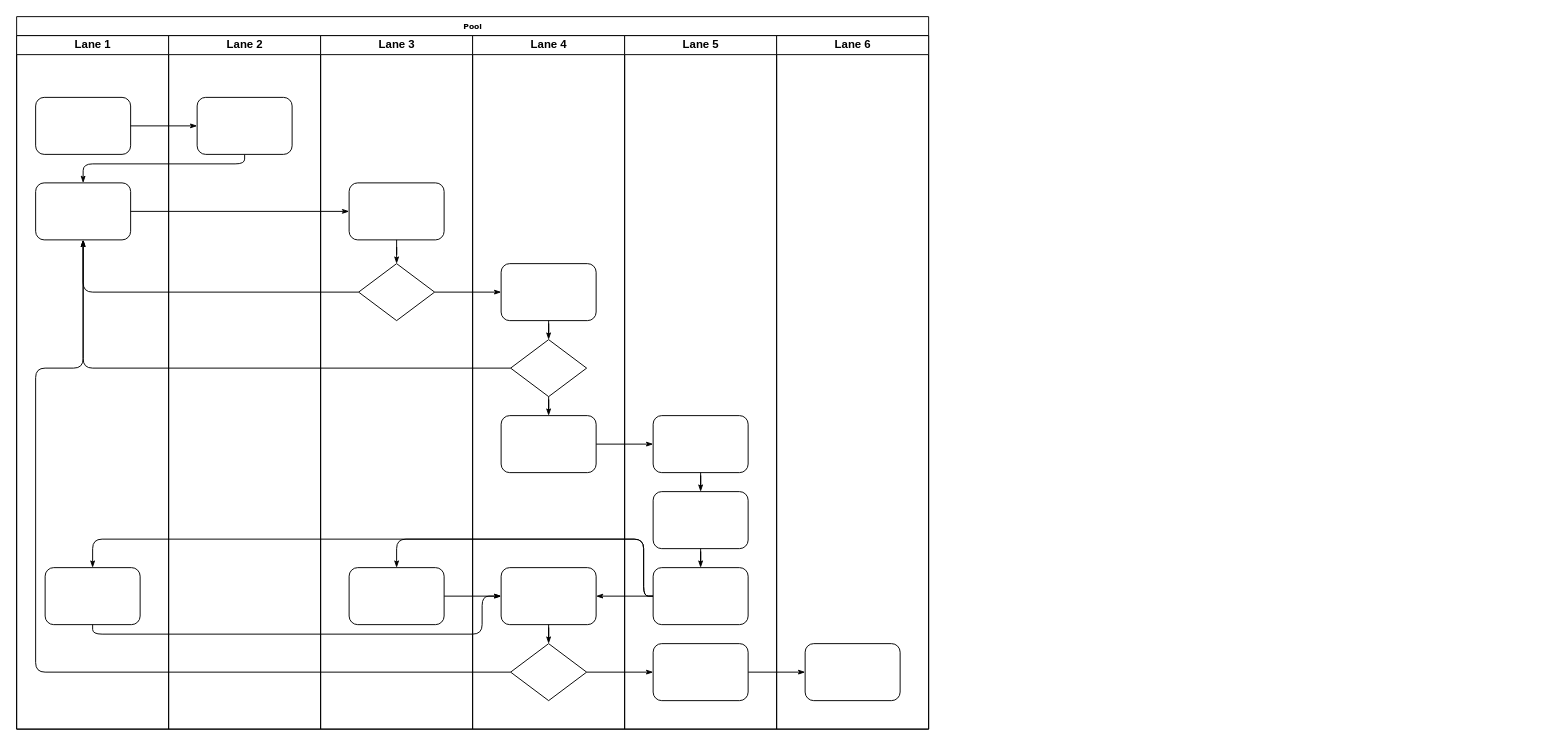
Earlier version of the draw.io diagram dir/未命名绘图.drawio (namehehe/drawio). Source tidied: cells renumbered, new cells numbered last; positions are measured from the earlier drawing's top-left corner, leaving out a move shared by most shapes. Both pictures are drawn from the tidied source at 95%, with x=0, y=0 at pixel (16, 16).
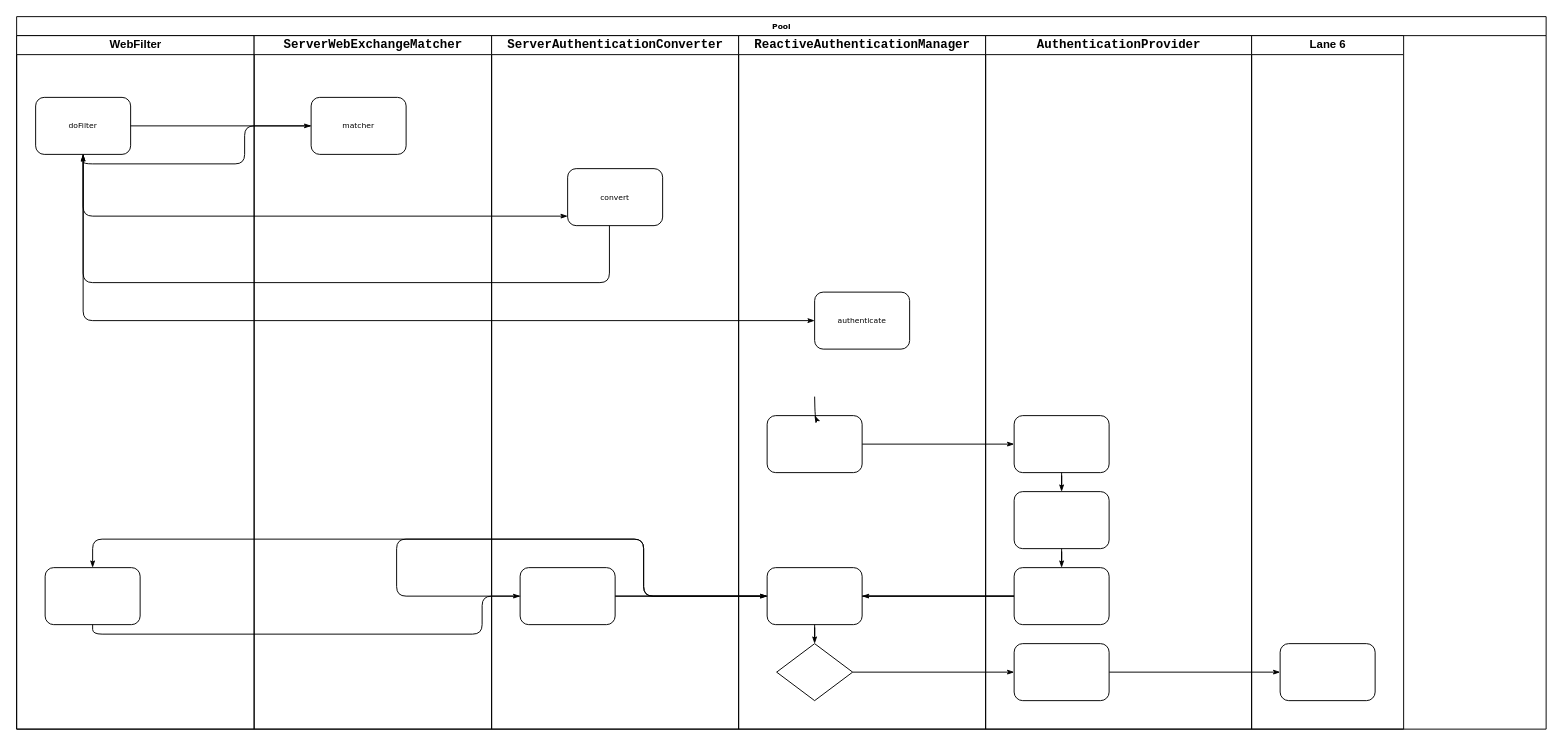
Above is the later version.

Commit message:
更新未命名绘图.drawio

Unchanged cells that the change refers to:
```xml
<mxCell id="32" style="rounded=1;whiteSpace=wrap;html=1;shadow=0;labelBackgroundColor=none;strokeWidth=1;fontFamily=Verdana;fontSize=8;align=center;" parent="29" vertex="1">
  <mxGeometry x="30" y="400" width="100" height="60" as="geometry" />
</mxCell>
<mxCell id="34" style="rhombus;whiteSpace=wrap;html=1;rounded=0;shadow=0;labelBackgroundColor=none;strokeWidth=1;fontFamily=Verdana;fontSize=8;align=center;" parent="29" vertex="1">
  <mxGeometry x="40" y="640" width="80" height="60" as="geometry" />
</mxCell>
```

The edit, as a diff of the source:
```diff
@@
     <mxCell id="2" value="Pool" style="swimlane;html=1;startSize=20;rounded=0;shadow=0;labelBackgroundColor=none;strokeWidth=1;fontFamily=Verdana;fontSize=8;align=center;" parent="1" vertex="1">
-      <mxGeometry width="960" height="750" as="geometry" />
+      <mxGeometry width="1610" height="750" as="geometry" />
     </mxCell>
-    <mxCell id="3" value="Lane 1" style="swimlane;html=1;startSize=20;" parent="2" vertex="1">
-      <mxGeometry y="20" width="160" height="730" as="geometry" />
+    <mxCell id="3" value="WebFilter" style="swimlane;html=1;startSize=20;" parent="2" vertex="1">
+      <mxGeometry y="20" width="250" height="730" as="geometry" />
     </mxCell>
-    <mxCell id="4" style="rounded=1;whiteSpace=wrap;html=1;shadow=0;labelBackgroundColor=none;strokeWidth=1;fontFamily=Verdana;fontSize=8;align=center;" parent="3" vertex="1">
+    <mxCell id="4" value="doFilter" style="rounded=1;whiteSpace=wrap;html=1;shadow=0;labelBackgroundColor=none;strokeWidth=1;fontFamily=Verdana;fontSize=8;align=center;" parent="3" vertex="1">
       <mxGeometry x="20" y="65" width="100" height="60" as="geometry" />
     </mxCell>
-    <mxCell id="5" style="rounded=1;whiteSpace=wrap;html=1;shadow=0;labelBackgroundColor=none;strokeWidth=1;fontFamily=Verdana;fontSize=8;align=center;" parent="3" vertex="1">
-      <mxGeometry x="20" y="155" width="100" height="60" as="geometry" />
-    </mxCell>
@@
-    <mxCell id="8" style="edgeStyle=orthogonalEdgeStyle;rounded=1;html=1;labelBackgroundColor=none;startArrow=none;startFill=0;startSize=5;endArrow=classicThin;endFill=1;endSize=5;jettySize=auto;strokeWidth=1;fontFamily=Verdana;fontSize=8;" parent="2" edge="1" source="23" target="5">
+    <mxCell id="8" style="edgeStyle=orthogonalEdgeStyle;rounded=1;html=1;labelBackgroundColor=none;startArrow=none;startFill=0;startSize=5;endArrow=classicThin;endFill=1;endSize=5;jettySize=auto;strokeWidth=1;fontFamily=Verdana;fontSize=8;" parent="2" edge="1" source="23" target="4">
       <mxGeometry relative="1" as="geometry">
         <Array as="points">
+          <mxPoint x="240" y="115" />
           <mxPoint x="240" y="155" />
           <mxPoint x="70" y="155" />
         </Array>
       </mxGeometry>
     </mxCell>
-    <mxCell id="9" style="edgeStyle=orthogonalEdgeStyle;rounded=1;html=1;labelBackgroundColor=none;startArrow=none;startFill=0;startSize=5;endArrow=classicThin;endFill=1;endSize=5;jettySize=auto;strokeWidth=1;fontFamily=Verdana;fontSize=8;" parent="2" edge="1" source="5" target="25">
-      <mxGeometry relative="1" as="geometry" />
+    <mxCell id="9" style="edgeStyle=orthogonalEdgeStyle;rounded=1;html=1;labelBackgroundColor=none;startArrow=none;startFill=0;startSize=5;endArrow=classicThin;endFill=1;endSize=5;jettySize=auto;strokeWidth=1;fontFamily=Verdana;fontSize=8;" parent="2" edge="1" source="4" target="25">
+      <mxGeometry relative="1" as="geometry">
+        <Array as="points">
+          <mxPoint x="70" y="210" />
+        </Array>
+      </mxGeometry>
     </mxCell>
-    <mxCell id="10" style="edgeStyle=orthogonalEdgeStyle;rounded=1;html=1;labelBackgroundColor=none;startArrow=none;startFill=0;startSize=5;endArrow=classicThin;endFill=1;endSize=5;jettySize=auto;strokeWidth=1;fontFamily=Verdana;fontSize=8;" parent="2" edge="1" source="26" target="5">
-      <mxGeometry relative="1" as="geometry" />
+    <mxCell id="10" style="edgeStyle=orthogonalEdgeStyle;rounded=1;html=1;labelBackgroundColor=none;startArrow=none;startFill=0;startSize=5;endArrow=classicThin;endFill=1;endSize=5;jettySize=auto;strokeWidth=1;fontFamily=Verdana;fontSize=8;exitX=0.44;exitY=0.993;exitDx=0;exitDy=0;exitPerimeter=0;" parent="2" edge="1" source="25" target="4">
+      <mxGeometry relative="1" as="geometry">
+        <Array as="points">
+          <mxPoint x="624" y="280" />
+          <mxPoint x="70" y="280" />
+        </Array>
+      </mxGeometry>
     </mxCell>
-    <mxCell id="11" style="edgeStyle=orthogonalEdgeStyle;rounded=1;html=1;labelBackgroundColor=none;startArrow=none;startFill=0;startSize=5;endArrow=classicThin;endFill=1;endSize=5;jettySize=auto;strokeWidth=1;fontFamily=Verdana;fontSize=8;" parent="2" edge="1" source="31" target="5">
-      <mxGeometry relative="1" as="geometry" />
-    </mxCell>
-    <mxCell id="12" style="edgeStyle=orthogonalEdgeStyle;rounded=1;html=1;labelBackgroundColor=none;startArrow=none;startFill=0;startSize=5;endArrow=classicThin;endFill=1;endSize=5;jettySize=auto;strokeWidth=1;fontFamily=Verdana;fontSize=8;" parent="2" edge="1" source="34" target="5">
-      <mxGeometry relative="1" as="geometry">
-        <Array as="points">
-          <mxPoint x="20" y="690" />
-          <mxPoint x="20" y="370" />
-          <mxPoint x="70" y="370" />
-        </Array>
-      </mxGeometry>
-    </mxCell>
-    <mxCell id="13" style="edgeStyle=orthogonalEdgeStyle;rounded=1;html=1;labelBackgroundColor=none;startArrow=none;startFill=0;startSize=5;endArrow=classicThin;endFill=1;endSize=5;jettySize=auto;strokeWidth=1;fontFamily=Verdana;fontSize=8;" parent="2" edge="1" source="26" target="30">
-      <mxGeometry relative="1" as="geometry" />
+    <mxCell id="13" style="edgeStyle=orthogonalEdgeStyle;rounded=1;html=1;labelBackgroundColor=none;startArrow=none;startFill=0;startSize=5;endArrow=classicThin;endFill=1;endSize=5;jettySize=auto;strokeWidth=1;fontFamily=Verdana;fontSize=8;" parent="2" edge="1" source="4" target="30">
+      <mxGeometry relative="1" as="geometry">
+        <Array as="points">
+          <mxPoint x="70" y="320" />
+        </Array>
+      </mxGeometry>
     </mxCell>
@@
-    <mxCell id="22" value="Lane 2" style="swimlane;html=1;startSize=20;" parent="2" vertex="1">
-      <mxGeometry x="160" y="20" width="160" height="730" as="geometry" />
+    <mxCell id="22" value="&lt;div&gt;&lt;pre style=&quot;font-family: &amp;quot;JetBrains Mono&amp;quot;, monospace; font-size: 9.8pt;&quot;&gt;&lt;font style=&quot;color: rgb(0, 0, 0); background-color: rgb(255, 255, 255);&quot;&gt;ServerWebExchangeMatcher&lt;/font&gt;&lt;/pre&gt;&lt;/div&gt;" style="swimlane;html=1;startSize=20;" parent="2" vertex="1">
+      <mxGeometry x="250" y="20" width="250" height="730" as="geometry" />
     </mxCell>
-    <mxCell id="23" style="rounded=1;whiteSpace=wrap;html=1;shadow=0;labelBackgroundColor=none;strokeWidth=1;fontFamily=Verdana;fontSize=8;align=center;" parent="22" vertex="1">
-      <mxGeometry x="30" y="65" width="100" height="60" as="geometry" />
+    <mxCell id="23" value="matcher" style="rounded=1;whiteSpace=wrap;html=1;shadow=0;labelBackgroundColor=none;strokeWidth=1;fontFamily=Verdana;fontSize=8;align=center;" parent="22" vertex="1">
+      <mxGeometry x="60" y="65" width="100" height="60" as="geometry" />
     </mxCell>
-    <mxCell id="24" value="Lane 3" style="swimlane;html=1;startSize=20;" parent="2" vertex="1">
-      <mxGeometry x="320" y="20" width="160" height="730" as="geometry" />
+    <mxCell id="24" value="&lt;div&gt;&lt;pre style=&quot;font-family: &amp;quot;JetBrains Mono&amp;quot;, monospace; font-size: 9.8pt;&quot;&gt;&lt;span style=&quot;background-color: rgb(255, 255, 255);&quot;&gt;&lt;font style=&quot;color: rgb(0, 0, 0);&quot;&gt;ServerAuthenticationConverter&lt;/font&gt;&lt;/span&gt;&lt;/pre&gt;&lt;/div&gt;" style="swimlane;html=1;startSize=20;" parent="2" vertex="1">
+      <mxGeometry x="500" y="20" width="260" height="730" as="geometry" />
     </mxCell>
-    <mxCell id="25" style="rounded=1;whiteSpace=wrap;html=1;shadow=0;labelBackgroundColor=none;strokeWidth=1;fontFamily=Verdana;fontSize=8;align=center;" parent="24" vertex="1">
-      <mxGeometry x="30" y="155" width="100" height="60" as="geometry" />
+    <mxCell id="25" value="convert" style="rounded=1;whiteSpace=wrap;html=1;shadow=0;labelBackgroundColor=none;strokeWidth=1;fontFamily=Verdana;fontSize=8;align=center;" parent="24" vertex="1">
+      <mxGeometry x="80" y="140" width="100" height="60" as="geometry" />
     </mxCell>
-    <mxCell id="26" style="rhombus;whiteSpace=wrap;html=1;rounded=0;shadow=0;labelBackgroundColor=none;strokeWidth=1;fontFamily=Verdana;fontSize=8;align=center;" parent="24" vertex="1">
-      <mxGeometry x="40" y="240" width="80" height="60" as="geometry" />
-    </mxCell>
@@
-    <mxCell id="28" style="edgeStyle=orthogonalEdgeStyle;rounded=1;html=1;labelBackgroundColor=none;startArrow=none;startFill=0;startSize=5;endArrow=classicThin;endFill=1;endSize=5;jettySize=auto;strokeWidth=1;fontFamily=Verdana;fontSize=8;" parent="24" edge="1" source="25" target="26">
-      <mxGeometry relative="1" as="geometry" />
-    </mxCell>
-    <mxCell id="29" value="Lane 4" style="swimlane;html=1;startSize=20;" parent="2" vertex="1">
-      <mxGeometry x="480" y="20" width="160" height="730" as="geometry" />
+    <mxCell id="29" value="&lt;div&gt;&lt;pre style=&quot;font-family: &amp;quot;JetBrains Mono&amp;quot;, monospace; font-size: 9.8pt;&quot;&gt;&lt;span style=&quot;background-color: rgb(255, 255, 255);&quot;&gt;&lt;font style=&quot;color: rgb(0, 0, 0);&quot;&gt;ReactiveAuthenticationManager&lt;/font&gt;&lt;/span&gt;&lt;/pre&gt;&lt;/div&gt;" style="swimlane;html=1;startSize=20;" parent="2" vertex="1">
+      <mxGeometry x="760" y="20" width="260" height="730" as="geometry" />
     </mxCell>
-    <mxCell id="30" style="rounded=1;whiteSpace=wrap;html=1;shadow=0;labelBackgroundColor=none;strokeWidth=1;fontFamily=Verdana;fontSize=8;align=center;" parent="29" vertex="1">
-      <mxGeometry x="30" y="240" width="100" height="60" as="geometry" />
+    <mxCell id="30" value="authenticate" style="rounded=1;whiteSpace=wrap;html=1;shadow=0;labelBackgroundColor=none;strokeWidth=1;fontFamily=Verdana;fontSize=8;align=center;" parent="29" vertex="1">
+      <mxGeometry x="80" y="270" width="100" height="60" as="geometry" />
     </mxCell>
-    <mxCell id="31" style="rhombus;whiteSpace=wrap;html=1;rounded=0;shadow=0;labelBackgroundColor=none;strokeWidth=1;fontFamily=Verdana;fontSize=8;align=center;" parent="29" vertex="1">
-      <mxGeometry x="40" y="320" width="80" height="60" as="geometry" />
-    </mxCell>
@@
-    <mxCell id="35" style="edgeStyle=orthogonalEdgeStyle;rounded=1;html=1;labelBackgroundColor=none;startArrow=none;startFill=0;startSize=5;endArrow=classicThin;endFill=1;endSize=5;jettySize=auto;strokeColor=#000000;strokeWidth=1;fontFamily=Verdana;fontSize=8;fontColor=#000000;" parent="29" edge="1" source="30" target="31">
-      <mxGeometry relative="1" as="geometry" />
-    </mxCell>
-    <mxCell id="36" style="edgeStyle=orthogonalEdgeStyle;rounded=1;html=1;labelBackgroundColor=none;startArrow=none;startFill=0;startSize=5;endArrow=classicThin;endFill=1;endSize=5;jettySize=auto;strokeWidth=1;fontFamily=Verdana;fontSize=8;" parent="29" edge="1" source="31" target="32">
-      <mxGeometry relative="1" as="geometry" />
+    <mxCell id="36" style="edgeStyle=orthogonalEdgeStyle;rounded=1;html=1;labelBackgroundColor=none;startArrow=none;startFill=0;startSize=5;endArrow=classicThin;endFill=1;endSize=5;jettySize=auto;strokeWidth=1;fontFamily=Verdana;fontSize=8;" parent="29" edge="1" target="32">
+      <mxGeometry relative="1" as="geometry">
+        <mxPoint x="80" y="380" as="sourcePoint" />
+      </mxGeometry>
     </mxCell>
@@
-    <mxCell id="38" value="Lane 5" style="swimlane;html=1;startSize=20;" parent="2" vertex="1">
-      <mxGeometry x="640" y="20" width="160" height="730" as="geometry" />
+    <mxCell id="38" value="&lt;div&gt;&lt;pre style=&quot;font-family: &amp;quot;JetBrains Mono&amp;quot;, monospace; font-size: 9.8pt;&quot;&gt;&lt;span style=&quot;background-color: rgb(255, 255, 255);&quot;&gt;&lt;font style=&quot;color: rgb(0, 0, 0);&quot;&gt;AuthenticationProvider&lt;/font&gt;&lt;/span&gt;&lt;/pre&gt;&lt;/div&gt;" style="swimlane;html=1;startSize=20;" parent="2" vertex="1">
+      <mxGeometry x="1020" y="20" width="280" height="730" as="geometry" />
     </mxCell>
@@
     <mxCell id="45" value="Lane 6" style="swimlane;html=1;startSize=20;" parent="2" vertex="1">
-      <mxGeometry x="800" y="20" width="160" height="730" as="geometry" />
+      <mxGeometry x="1300" y="20" width="160" height="730" as="geometry" />
     </mxCell>
```
